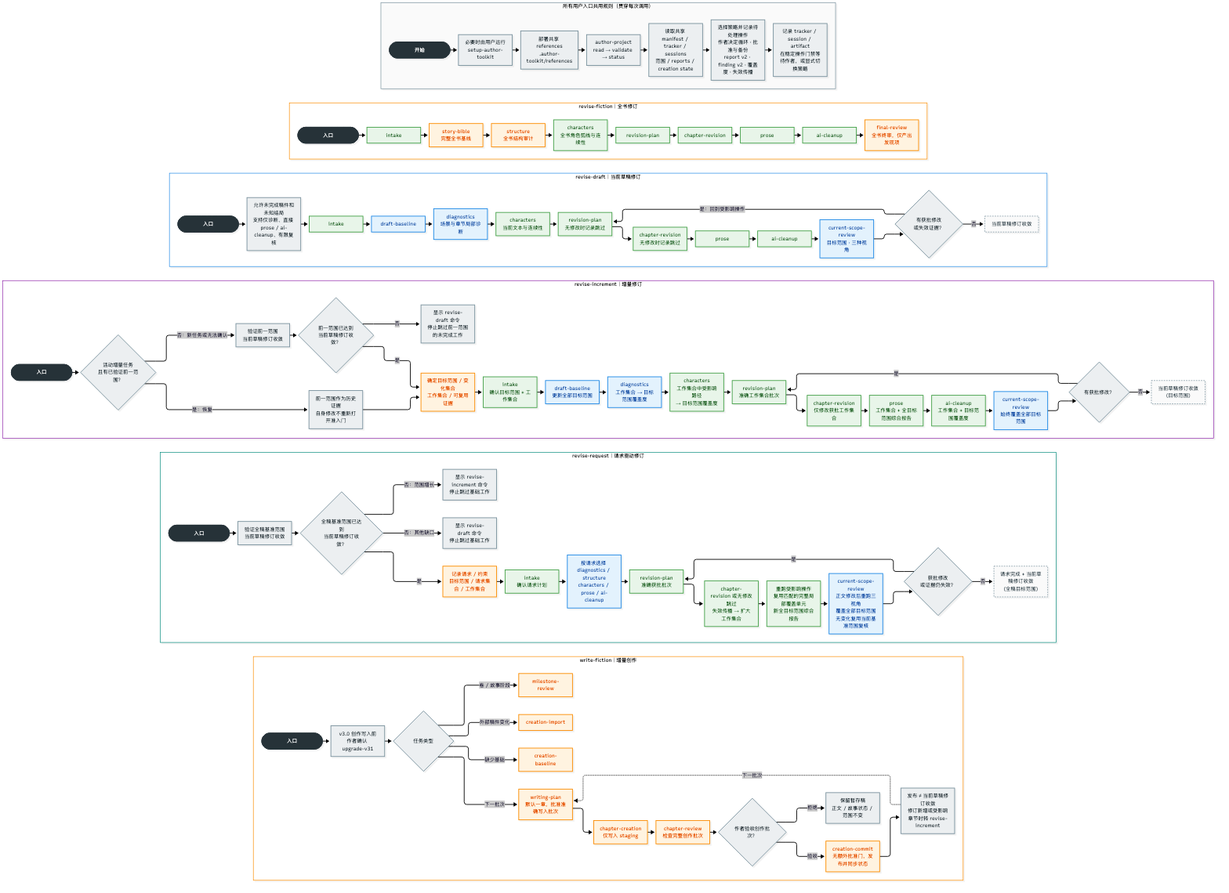
shengchen1998/author-toolkit keeps this Mermaid diagram as docs/five-entry-flows.png. Above is the earlier version. Its source is kept beside it as docs/five-entry-flows.mmd.
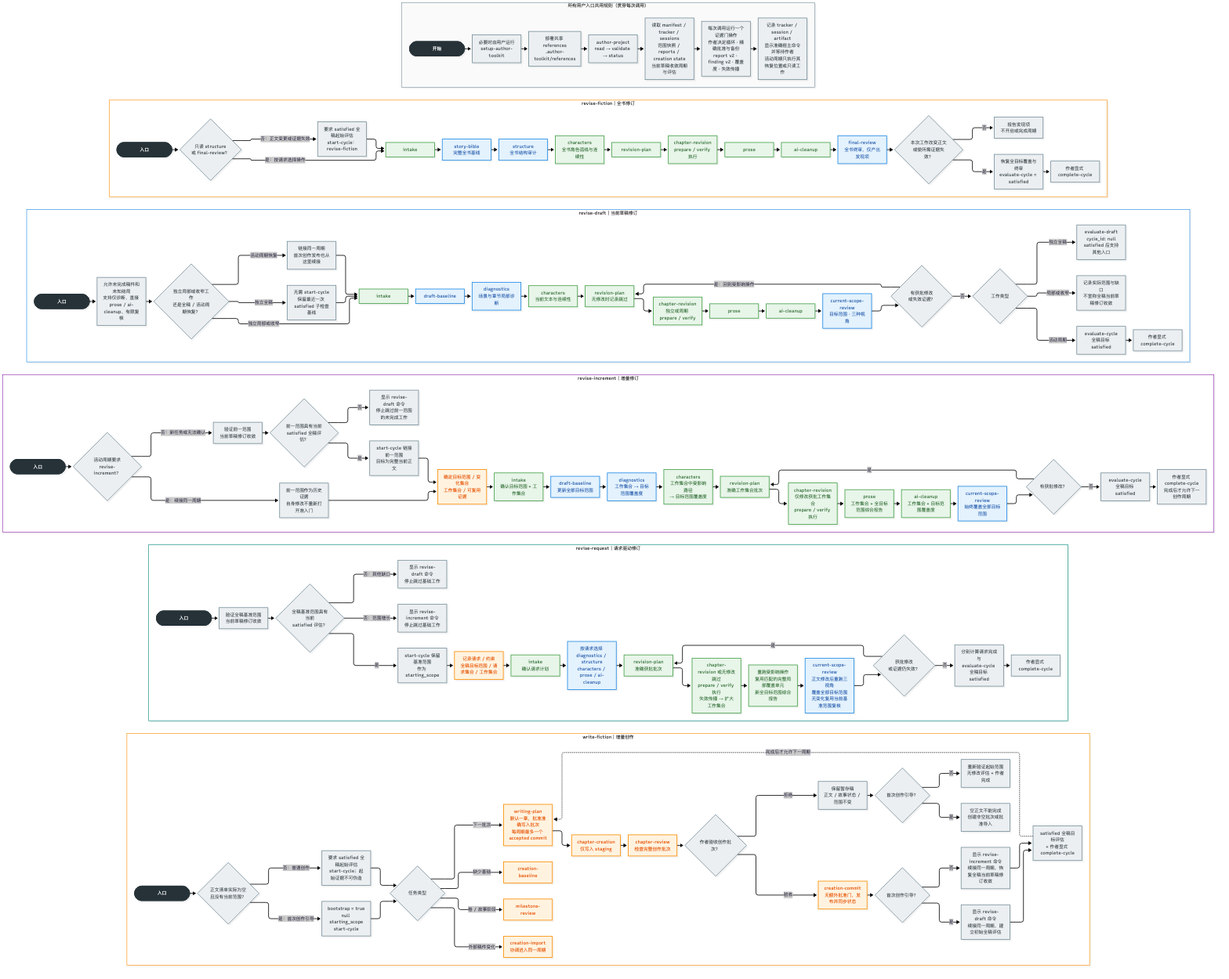
Above is the later version.

Change to the diagram source:
```diff
@@ -4,97 +4,127 @@
     START([开始]) --> SETUP["必要时由用户运行<br/>setup-author-toolkit"]
     SETUP --> REFS["部署共享 references<br/>.author-toolkit/references"]
     REFS --> READ["author-project<br/>read → validate → status"]
-    READ --> STATE["读取共享 manifest / tracker / sessions<br/>范围 / reports / creation state"]
-    STATE --> GATES["选择策略并记录待处理操作<br/>作者决定循环 · 批准与备份<br/>report v2 · finding v2 · 覆盖度 · 失效传播"]
-    GATES --> WAIT["记录 tracker / session / artifact<br/>在稳定操作门禁等待作者，或显式切换策略"]
+    READ --> STATE["读取 manifest / tracker / sessions<br/>范围快照 / reports / creation state<br/>当前草稿收敛周期与评估"]
+    STATE --> GATES["每次调用运行一个证据门操作<br/>作者决定循环 · 精确批准与备份<br/>report v2 · finding v2 · 覆盖度 · 失效传播"]
+    GATES --> WAIT["记录 tracker / session / artifact<br/>显示准确宿主命令并等待作者<br/>活动周期只执行其恢复位置或只读工作"]
   end
 
   subgraph RF["revise-fiction｜全书修订"]
     direction LR
-    RF0([入口]) --> RF1["intake"]
+    RF0([入口]) --> RFV{"只读 structure<br/>或 final-review？"}
+    RFV -->|是：按请求选择操作| RF1["intake"]
+    RFV -->|否：正文变更或证据失效| RFC["要求 satisfied 全稿起始评估<br/>start-cycle：revise-fiction"]
+    RFC --> RF1
     RF1 --> RF2["story-bible<br/>完整全书基线"]
     RF2 --> RF3["structure<br/>全书结构审计"]
     RF3 --> RF4["characters<br/>全书角色弧线与连续性"]
     RF4 --> RF5["revision-plan"]
-    RF5 --> RF6["chapter-revision"]
+    RF5 --> RF6["chapter-revision<br/>prepare / verify 执行"]
     RF6 --> RF7["prose"]
     RF7 --> RF8["ai-cleanup"]
     RF8 --> RF9["final-review<br/>全书终审，仅产出发现项"]
+    RF9 --> RFE{"本次工作改变正文<br/>或使所需证据失效？"}
+    RFE -->|否| RFRO["报告发现项<br/>不开启或完成周期"]
+    RFE -->|是| RFEV["恢复全目标覆盖与终审<br/>evaluate-cycle = satisfied"]
+    RFEV --> RFCOMP["作者显式 complete-cycle"]
   end
 
   subgraph RD["revise-draft｜当前草稿修订"]
     direction LR
     RD0([入口]) --> RDN["允许未完成稿件和未知结局<br/>支持仅诊断、直接 prose / ai-cleanup、有限复核"]
-    RDN --> RD1["intake"]
+    RDN --> RDM{"独立局部或收窄工作<br/>还是全稿 / 活动周期恢复？"}
+    RDM -->|独立局部或收窄| RD1["intake"]
+    RDM -->|独立全稿| RDIND0["无需 start-cycle<br/>保留最近一次 satisfied 子检查基线"]
+    RDM -->|活动周期恢复| RDACT0["链接同一周期<br/>首次创作发布也从这里续接"]
+    RDIND0 --> RD1
+    RDACT0 --> RD1
     RD1 --> RD2["draft-baseline"]
     RD2 --> RD3["diagnostics<br/>场景与章节局部诊断"]
     RD3 --> RD4["characters<br/>当前文本与连续性"]
     RD4 --> RD5["revision-plan<br/>无修改时记录跳过"]
-    RD5 --> RD6["chapter-revision<br/>无修改时记录跳过"]
+    RD5 --> RD6["chapter-revision<br/>独立或周期 prepare / verify"]
     RD6 --> RD7["prose"]
     RD7 --> RD8["ai-cleanup"]
     RD8 --> RD9["current-scope-review<br/>目标范围 · 三种视角"]
     RD9 --> RDC{"有获批修改<br/>或失效证据？"}
     RDC -->|是：回到受影响操作| RD5
-    RDC -->|否| RDDONE["当前草稿修订收敛"]
+    RDC -->|否| RDO{"工作类型"}
+    RDO -->|局部或收窄| RDDONE["记录实际范围与缺口<br/>不宣称全稿当前草稿修订收敛"]
+    RDO -->|独立全稿| RDIND["evaluate-draft<br/>cycle_id: null<br/>satisfied 后支持其他入口"]
+    RDO -->|活动周期| RDACT["evaluate-cycle<br/>全稿目标 satisfied"]
+    RDACT --> RDCOMP["作者显式 complete-cycle"]
   end
 
   subgraph RI["revise-increment｜增量修订"]
     direction LR
-    RI0([入口]) --> RISTATE{"活动增量任务<br/>且有已验证前一范围？"}
-    RISTATE -->|是：恢复| RIRESUME["前一范围作为历史证据<br/>自身修改不重新打开准入门"]
+    RI0([入口]) --> RISTATE{"活动周期要求<br/>revise-increment？"}
+    RISTATE -->|是：续接同一周期| RIRESUME["前一范围作为历史证据<br/>自身修改不重新打开准入门"]
     RIRESUME --> RI1
     RISTATE -->|否：新任务或无法确认| RIV["验证前一范围<br/>当前草稿修订收敛"]
-    RIV --> RIBASE{"前一范围已达到<br/>当前草稿修订收敛？"}
+    RIV --> RIBASE{"前一范围具有当前<br/>satisfied 全稿评估？"}
     RIBASE -->|否| RISTOP["显示 revise-draft 命令<br/>停止跳过前一范围的未完成工作"]
-    RIBASE -->|是| RI1["确定目标范围 / 变化集合<br/>工作集合 / 可复用证据"]
+    RIBASE -->|是| RISTART["start-cycle 链接前一范围<br/>目标为完整当前正文"]
+    RISTART --> RI1["确定目标范围 / 变化集合<br/>工作集合 / 可复用证据"]
     RI1 --> RI2["intake<br/>确认目标范围 + 工作集合"]
     RI2 --> RI3["draft-baseline<br/>更新全部目标范围"]
     RI3 --> RI4["diagnostics<br/>工作集合 → 目标范围覆盖度"]
     RI4 --> RI5["characters<br/>工作集合中受影响路径<br/>→ 目标范围覆盖度"]
     RI5 --> RI6["revision-plan<br/>准确工作集合批次"]
-    RI6 --> RI7["chapter-revision<br/>仅修改获批工作集合"]
+    RI6 --> RI7["chapter-revision<br/>仅修改获批工作集合<br/>prepare / verify 执行"]
     RI7 --> RI8["prose<br/>工作集合 + 全目标范围综合报告"]
     RI8 --> RI9["ai-cleanup<br/>工作集合 + 目标范围覆盖度"]
     RI9 --> RI10["current-scope-review<br/>始终覆盖全部目标范围"]
     RI10 --> RIC{"有获批修改？"}
     RIC -->|是| RI6
-    RIC -->|否| RIDONE["当前草稿修订收敛<br/>(目标范围)"]
+    RIC -->|否| RIEV["evaluate-cycle<br/>全稿目标 satisfied"]
+    RIEV --> RICOMP["作者显式 complete-cycle<br/>完成后才允许下一创作周期"]
   end
 
   subgraph RR["revise-request｜请求驱动修订"]
     direction LR
     RR0([入口]) --> RRV["验证全稿基准范围<br/>当前草稿修订收敛"]
-    RRV --> RRBASE{"全稿基准范围已达到<br/>当前草稿修订收敛？"}
+    RRV --> RRBASE{"全稿基准范围具有当前<br/>satisfied 评估？"}
     RRBASE -->|否：范围增长| RRISTOP["显示 revise-increment 命令<br/>停止跳过基础工作"]
     RRBASE -->|否：其他缺口| RRDSTOP["显示 revise-draft 命令<br/>停止跳过基础工作"]
-    RRBASE -->|是| RR1["记录请求 / 约束<br/>目标范围 / 请求集合 / 工作集合"]
+    RRBASE -->|是| RRSTART["start-cycle 保留基准范围<br/>作为 starting_scope"]
+    RRSTART --> RR1["记录请求 / 约束<br/>全稿目标范围 / 请求集合 / 工作集合"]
     RR1 --> RR2["intake<br/>确认请求计划"]
     RR2 --> RR3["按请求选择 diagnostics / structure<br/>characters / prose / ai-cleanup"]
     RR3 --> RR4["revision-plan<br/>准确获批批次"]
-    RR4 --> RR5["chapter-revision 或无修改跳过<br/>失效传播 → 扩大工作集合"]
+    RR4 --> RR5["chapter-revision 或无修改跳过<br/>prepare / verify 执行<br/>失效传播 → 扩大工作集合"]
     RR5 --> RR6["重跑受影响操作<br/>复用匹配的完整局部覆盖单元<br/>新全目标范围综合报告"]
     RR6 --> RR7["current-scope-review<br/>正文修改后重跑三视角<br/>覆盖全部目标范围<br/>无变化复用当前基准范围复核"]
     RR7 --> RRC{"获批修改<br/>或证据仍失效？"}
     RRC -->|是| RR4
-    RRC -->|否| RRDONE["请求完成 + 当前草稿修订收敛<br/>(全稿目标范围)"]
+    RRC -->|否| RREV["分别计算请求完成与<br/>evaluate-cycle 全稿目标 satisfied"]
+    RREV --> RRCOMP["作者显式 complete-cycle"]
   end
 
   subgraph WF["write-fiction｜增量创作"]
     direction LR
-    WF0([入口]) --> WFV["v3.0 创作写入前<br/>作者确认 upgrade-v31"]
-    WFV --> WFTYPE{"任务类型"}
+    WF0([入口]) --> WFV{"正文清单实际为空<br/>且没有当前范围？"}
+    WFV -->|是：首次创作引导| WFB["bootstrap = true<br/>null starting_scope<br/>start-cycle"]
+    WFV -->|否：普通创作| WFO["要求 satisfied 全稿起始评估<br/>start-cycle；起始证据不可伪造"]
+    WFB --> WFTYPE{"任务类型"}
+    WFO --> WFTYPE
     WFTYPE -->|缺少基础| WF1["creation-baseline"]
-    WFTYPE -->|外部稿件变化| WF2["creation-import"]
+    WFTYPE -->|外部稿件变化| WF2["creation-import<br/>协调进入同一周期"]
     WFTYPE -->|卷 / 故事阶段| WF3["milestone-review"]
-    WFTYPE -->|下一批次| WF4["writing-plan<br/>默认一章，批准准确写入批次"]
+    WFTYPE -->|下一批次| WF4["writing-plan<br/>默认一章，批准准确写入批次<br/>每周期最多一个 accepted commit"]
     WF4 --> WF5["chapter-creation<br/>仅写入 staging"]
     WF5 --> WF6["chapter-review<br/>检查完整创作批次"]
     WF6 --> WFA{"作者验收创作批次？"}
     WFA -->|拒绝| WFR["保留暂存稿<br/>正文 / 故事状态 / 范围不变"]
+    WFR --> WFREJ{"首次创作引导？"}
+    WFREJ -->|是| WFRB["空正文不能完成<br/>创建非空批次或批准导入"]
+    WFREJ -->|否| WFRO["重新验证起始范围<br/>无修改评估 + 作者完成"]
     WFA -->|验收| WF7["creation-commit<br/>无额外批准门，发布并同步状态"]
-    WF7 --> WF8["发布 ≠ 当前草稿修订收敛<br/>修订新增或受影响章节时转 revise-increment"]
-    WF8 -.->|下一批次| WF4
+    WF7 --> WF8{"首次创作引导？"}
+    WF8 -->|是| WFBOOT["显示 revise-draft 命令<br/>续接同一周期，建立初始全稿评估"]
+    WF8 -->|否| WFINC["显示 revise-increment 命令<br/>续接同一周期，恢复全稿当前草稿修订收敛"]
+    WFBOOT --> WFDONE["satisfied 全稿目标评估<br/>+ 作者显式 complete-cycle"]
+    WFINC --> WFDONE
+    WFDONE -.->|完成后才允许下一周期| WF4
   end
 
   COMMON ~~~ RF
@@ -111,12 +141,10 @@
   classDef note fill:#FAFAFA,stroke:#90A4AE,color:#37474F,stroke-dasharray:4 3;
 
   class START,RF0,RD0,RI0,RR0,WF0 startEnd;
-  class SETUP,REFS,READ,STATE,GATES,WAIT,RDN,RISTATE,RIRESUME,RIV,RIBASE,RISTOP,RDC,RIC,RRV,RRBASE,RRISTOP,RRDSTOP,RRC,WFV,WFTYPE,WFA,WFR,WF8 control;
+  class SETUP,REFS,READ,STATE,GATES,WAIT,RFV,RFC,RFE,RFRO,RFEV,RFCOMP,RDN,RDM,RDIND0,RDACT0,RDC,RDO,RDDONE,RDIND,RDACT,RDCOMP,RISTATE,RIRESUME,RIV,RIBASE,RISTOP,RISTART,RIC,RIEV,RICOMP,RRV,RRBASE,RRISTOP,RRDSTOP,RRSTART,RRC,RREV,RRCOMP,WFV,WFB,WFO,WFTYPE,WFA,WFR,WFREJ,WFRB,WFRO,WF8,WFBOOT,WFINC,WFDONE control;
   class RF1,RF4,RF5,RF6,RF7,RF8,RD1,RD4,RD5,RD6,RD7,RD8,RI2,RI5,RI6,RI7,RI8,RI9,RR2,RR4,RR5,RR6 shared;
-  class RD2,RD3,RD9,RI3,RI4,RI10,RR3,RR7 draftShared;
-  class RF2,RF3,RF9,RI1,RR1,WF1,WF2,WF3,WF4,WF5,WF6,WF7 unique;
-  class RDDONE,RIDONE,RRDONE note;
-
+  class RF2,RF3,RF9,RD2,RD3,RD9,RI3,RI4,RI10,RR3,RR7 draftShared;
+  class RI1,RR1,WF1,WF2,WF3,WF4,WF5,WF6,WF7 unique;
   style COMMON fill:#FAFAFA,stroke:#78909C,stroke-width:1.5px
   style RF fill:#FFFFFF,stroke:#FB8C00,stroke-width:1.5px
   style RD fill:#FFFFFF,stroke:#1E88E5,stroke-width:1.5px
```
